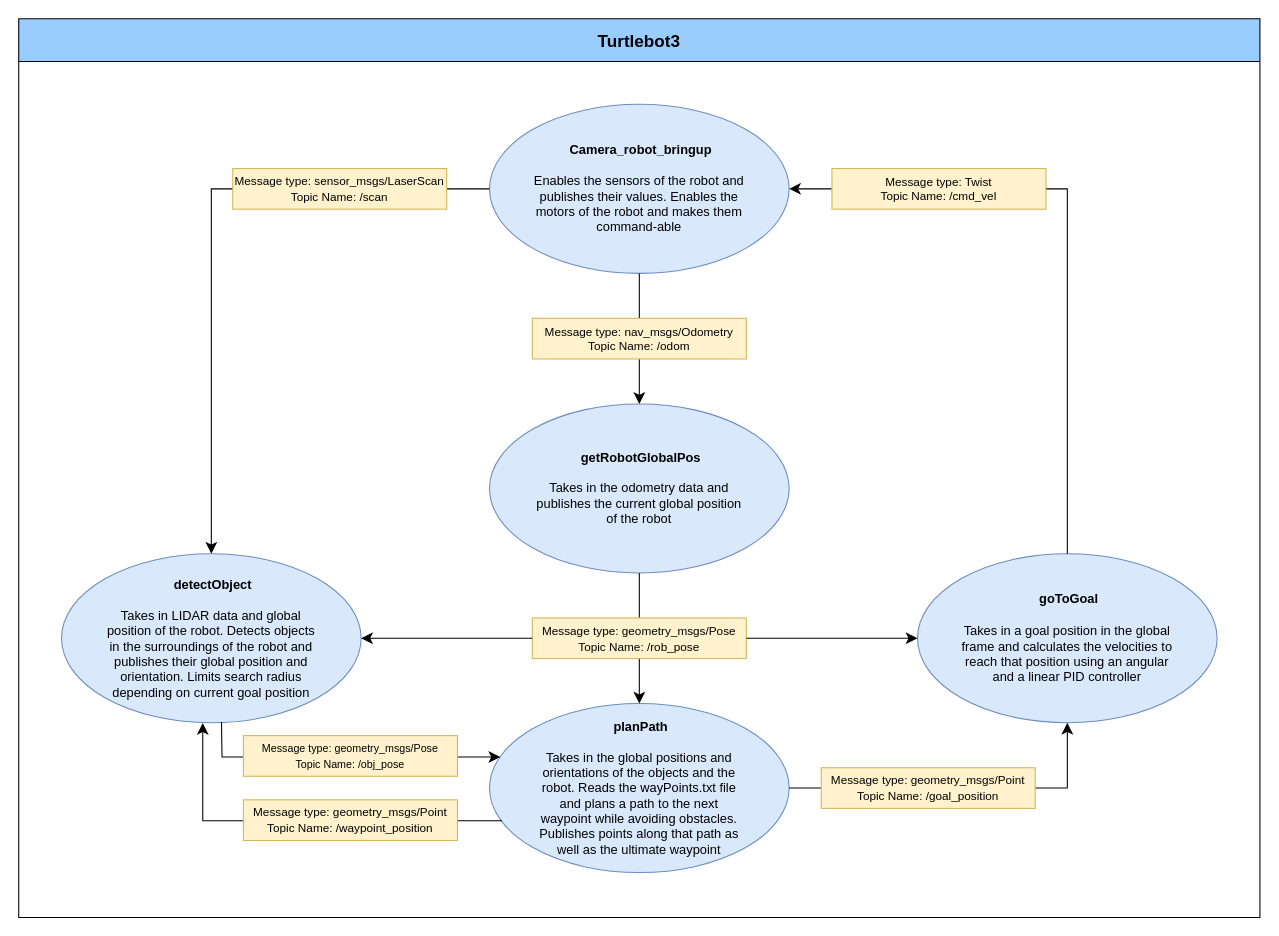
hcarius3/ME7785_RoboticsResearch keeps this draw.io diagram as page "Concept 2" (2 of 3) of Lab4/Lab4_diagram.drawio. Above is the earlier version. Source tidied: cells renumbered, new cells numbered last; positions are measured from the earlier drawing's top-left corner, leaving out a move shared by most shapes. Both pictures are drawn from the tidied source at 107%, with x=0, y=0 at pixel (18, 18).
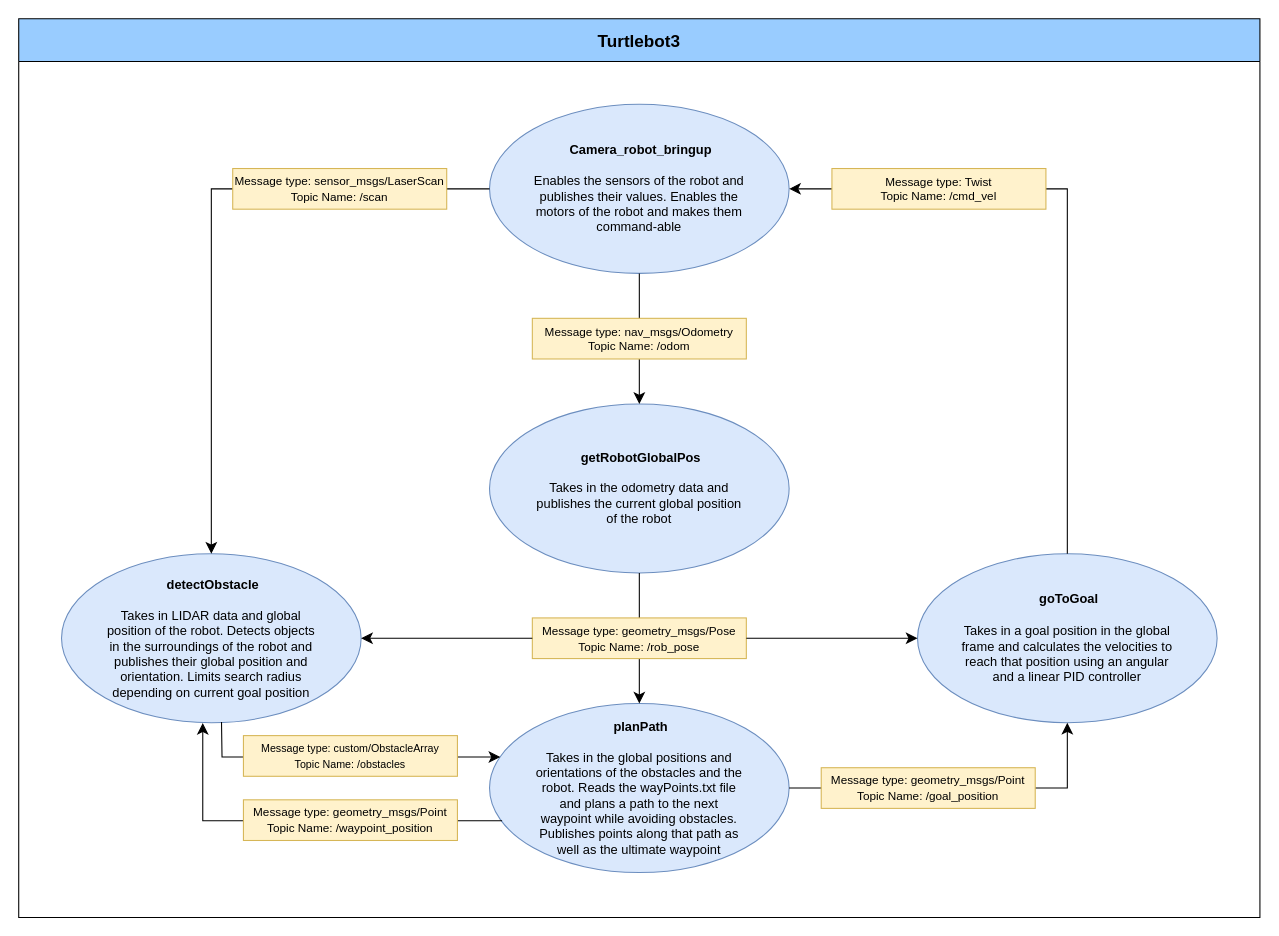
After the change.

Commit message (it also covers changes not shown here):
Corrected custom message and changed Object to Obstacle

Unchanged cells that the change refers to:
```xml
<mxCell id="2" value="Turtlebot3" style="swimlane;startSize=40;horizontal=1;containerType=tree;newEdgeStyle={&quot;edgeStyle&quot;:&quot;elbowEdgeStyle&quot;,&quot;startArrow&quot;:&quot;none&quot;,&quot;endArrow&quot;:&quot;none&quot;};fillColor=#99CCFF;fontSize=16;" parent="1" vertex="1">
  <mxGeometry width="1160" height="840" as="geometry" />
</mxCell>
```

What changed in the source:
```diff
@@
-    <mxCell id="5" value="&lt;blockquote&gt;&lt;div&gt;&lt;b&gt;&amp;nbsp;&lt;/b&gt;&lt;b&gt;detectObject&lt;/b&gt;&lt;/div&gt;&lt;div&gt;&lt;br&gt;Takes in LIDAR data and global position of the robot. Detects objects in the surroundings of the robot and publishes their global position and orientation. Limits search radius depending on current goal position&lt;/div&gt;&lt;/blockquote&gt;" style="ellipse;whiteSpace=wrap;html=1;fillColor=#dae8fc;strokeColor=#6c8ebf;" parent="2" vertex="1">
+    <mxCell id="5" value="&lt;blockquote&gt;&lt;div&gt;&lt;b&gt;&amp;nbsp;detectObstacle&lt;/b&gt;&lt;/div&gt;&lt;div&gt;&lt;br&gt;Takes in LIDAR data and global position of the robot. Detects objects in the surroundings of the robot and publishes their global position and orientation. Limits search radius depending on current goal position&lt;/div&gt;&lt;/blockquote&gt;" style="ellipse;whiteSpace=wrap;html=1;fillColor=#dae8fc;strokeColor=#6c8ebf;" parent="2" vertex="1">
       <mxGeometry x="40" y="500" width="280" height="158" as="geometry" />
     </mxCell>
-    <mxCell id="6" value="&lt;blockquote&gt;&lt;div&gt;&lt;b&gt;&amp;nbsp;planPath&lt;/b&gt;&lt;br&gt;&lt;/div&gt;&lt;div&gt;&lt;br&gt;&lt;/div&gt;&lt;div&gt;Takes in the global positions and orientations of the objects and the robot. Reads the wayPoints.txt file and plans a path to the next waypoint while avoiding obstacles. Publishes points along that path as well as the ultimate waypoint&lt;/div&gt;&lt;/blockquote&gt;" style="ellipse;whiteSpace=wrap;html=1;fillColor=#dae8fc;strokeColor=#6c8ebf;" parent="2" vertex="1">
+    <mxCell id="6" value="&lt;blockquote&gt;&lt;div&gt;&lt;b&gt;&amp;nbsp;planPath&lt;/b&gt;&lt;br&gt;&lt;/div&gt;&lt;div&gt;&lt;br&gt;&lt;/div&gt;&lt;div&gt;Takes in the global positions and orientations of the obstacles and the robot. Reads the wayPoints.txt file and plans a path to the next waypoint while avoiding obstacles. Publishes points along that path as well as the ultimate waypoint&lt;/div&gt;&lt;/blockquote&gt;" style="ellipse;whiteSpace=wrap;html=1;fillColor=#dae8fc;strokeColor=#6c8ebf;" parent="2" vertex="1">
       <mxGeometry x="440" y="640" width="280" height="158" as="geometry" />
     </mxCell>
@@
-    <mxCell id="15" value="&lt;font style=&quot;font-size: 10px;&quot;&gt;&lt;span style=&quot;--tw-scale-x: 1; --tw-scale-y: 1; --tw-pan-x: ; --tw-pan-y: ; --tw-pinch-zoom: ; --tw-scroll-snap-strictness: proximity; --tw-gradient-from-position: ; --tw-gradient-via-position: ; --tw-gradient-to-position: ; --tw-ordinal: ; --tw-slashed-zero: ; --tw-numeric-figure: ; --tw-numeric-spacing: ; --tw-numeric-fraction: ; --tw-ring-inset: ; --tw-ring-offset-width: 0px; --tw-ring-offset-color: light-dark(#fff, #000000); --tw-ring-color: rgb(59 130 246 / .5); --tw-ring-offset-shadow: 0 0 #0000; --tw-ring-shadow: 0 0 #0000; --tw-shadow: 0 0 #0000; --tw-shadow-colored: 0 0 #0000; --tw-blur: ; --tw-brightness: ; --tw-contrast: ; --tw-grayscale: ; --tw-hue-rotate: ; --tw-invert: ; --tw-saturate: ; --tw-sepia: ; --tw-drop-shadow: ; --tw-backdrop-blur: ; --tw-backdrop-brightness: ; --tw-backdrop-contrast: ; --tw-backdrop-grayscale: ; --tw-backdrop-hue-rotate: ; --tw-backdrop-invert: ; --tw-backdrop-opacity: ; --tw-backdrop-saturate: ; --tw-backdrop-sepia: ;&quot;&gt;Message type: geometry_msgs/Pose&lt;/span&gt;&lt;/font&gt;&lt;div style=&quot;--tw-scale-x: 1; --tw-scale-y: 1; --tw-pan-x: ; --tw-pan-y: ; --tw-pinch-zoom: ; --tw-scroll-snap-strictness: proximity; --tw-gradient-from-position: ; --tw-gradient-via-position: ; --tw-gradient-to-position: ; --tw-ordinal: ; --tw-slashed-zero: ; --tw-numeric-figure: ; --tw-numeric-spacing: ; --tw-numeric-fraction: ; --tw-ring-inset: ; --tw-ring-offset-width: 0px; --tw-ring-offset-color: light-dark(#fff, #000000); --tw-ring-color: rgb(59 130 246 / .5); --tw-ring-offset-shadow: 0 0 #0000; --tw-ring-shadow: 0 0 #0000; --tw-shadow: 0 0 #0000; --tw-shadow-colored: 0 0 #0000; --tw-blur: ; --tw-brightness: ; --tw-contrast: ; --tw-grayscale: ; --tw-hue-rotate: ; --tw-invert: ; --tw-saturate: ; --tw-sepia: ; --tw-drop-shadow: ; --tw-backdrop-blur: ; --tw-backdrop-brightness: ; --tw-backdrop-contrast: ; --tw-backdrop-grayscale: ; --tw-backdrop-hue-rotate: ; --tw-backdrop-invert: ; --tw-backdrop-opacity: ; --tw-backdrop-saturate: ; --tw-backdrop-sepia: ;&quot;&gt;&lt;font style=&quot;font-size: 10px;&quot;&gt;&lt;span&gt;Topic Name: /obj_pose&lt;/span&gt;&lt;/font&gt;&lt;/div&gt;" style="rounded=0;whiteSpace=wrap;html=1;fillColor=#fff2cc;strokeColor=#d6b656;" parent="2" vertex="1">
+    <mxCell id="15" value="&lt;font style=&quot;font-size: 10px;&quot;&gt;&lt;span style=&quot;--tw-scale-x: 1; --tw-scale-y: 1; --tw-pan-x: ; --tw-pan-y: ; --tw-pinch-zoom: ; --tw-scroll-snap-strictness: proximity; --tw-gradient-from-position: ; --tw-gradient-via-position: ; --tw-gradient-to-position: ; --tw-ordinal: ; --tw-slashed-zero: ; --tw-numeric-figure: ; --tw-numeric-spacing: ; --tw-numeric-fraction: ; --tw-ring-inset: ; --tw-ring-offset-width: 0px; --tw-ring-offset-color: light-dark(#fff, #000000); --tw-ring-color: rgb(59 130 246 / .5); --tw-ring-offset-shadow: 0 0 #0000; --tw-ring-shadow: 0 0 #0000; --tw-shadow: 0 0 #0000; --tw-shadow-colored: 0 0 #0000; --tw-blur: ; --tw-brightness: ; --tw-contrast: ; --tw-grayscale: ; --tw-hue-rotate: ; --tw-invert: ; --tw-saturate: ; --tw-sepia: ; --tw-drop-shadow: ; --tw-backdrop-blur: ; --tw-backdrop-brightness: ; --tw-backdrop-contrast: ; --tw-backdrop-grayscale: ; --tw-backdrop-hue-rotate: ; --tw-backdrop-invert: ; --tw-backdrop-opacity: ; --tw-backdrop-saturate: ; --tw-backdrop-sepia: ;&quot;&gt;Message type: custom/ObstacleArray&lt;/span&gt;&lt;/font&gt;&lt;div style=&quot;--tw-scale-x: 1; --tw-scale-y: 1; --tw-pan-x: ; --tw-pan-y: ; --tw-pinch-zoom: ; --tw-scroll-snap-strictness: proximity; --tw-gradient-from-position: ; --tw-gradient-via-position: ; --tw-gradient-to-position: ; --tw-ordinal: ; --tw-slashed-zero: ; --tw-numeric-figure: ; --tw-numeric-spacing: ; --tw-numeric-fraction: ; --tw-ring-inset: ; --tw-ring-offset-width: 0px; --tw-ring-offset-color: light-dark(#fff, #000000); --tw-ring-color: rgb(59 130 246 / .5); --tw-ring-offset-shadow: 0 0 #0000; --tw-ring-shadow: 0 0 #0000; --tw-shadow: 0 0 #0000; --tw-shadow-colored: 0 0 #0000; --tw-blur: ; --tw-brightness: ; --tw-contrast: ; --tw-grayscale: ; --tw-hue-rotate: ; --tw-invert: ; --tw-saturate: ; --tw-sepia: ; --tw-drop-shadow: ; --tw-backdrop-blur: ; --tw-backdrop-brightness: ; --tw-backdrop-contrast: ; --tw-backdrop-grayscale: ; --tw-backdrop-hue-rotate: ; --tw-backdrop-invert: ; --tw-backdrop-opacity: ; --tw-backdrop-saturate: ; --tw-backdrop-sepia: ;&quot;&gt;&lt;font style=&quot;font-size: 10px;&quot;&gt;&lt;span&gt;Topic Name: /obstacles&lt;/span&gt;&lt;/font&gt;&lt;/div&gt;" style="rounded=0;whiteSpace=wrap;html=1;fillColor=#fff2cc;strokeColor=#d6b656;" parent="2" vertex="1">
       <mxGeometry x="210" y="670" width="200" height="38" as="geometry" />
     </mxCell>
```
